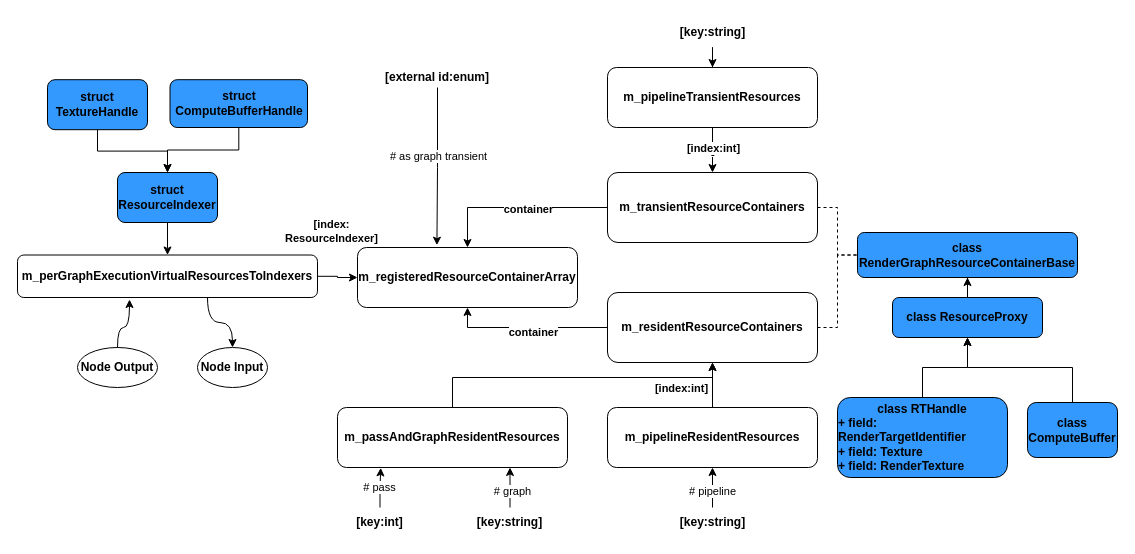
Earlier version of the draw.io diagram Diagrams/SRP2资源管理设计.drawio (lyuavery/draw_io). Source tidied: cells renumbered, new cells numbered last; positions are measured from the earlier drawing's top-left corner, leaving out a move shared by most shapes. Both pictures are drawn from the tidied source at 100%, with x=0, y=0 at pixel (17, 17).
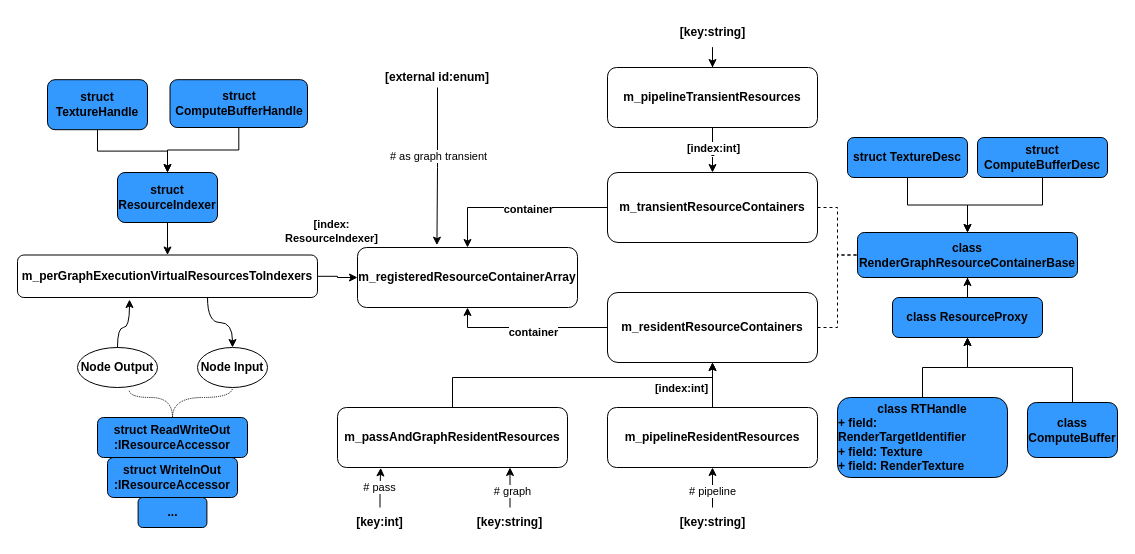
The same page after the edit.

Commit message:
更新SRP2资源管理设计.drawio

The change refers to these unchanged cells:
```xml
<mxCell id="22" value="class RenderGraphResourceContainerBase" style="rounded=1;whiteSpace=wrap;html=1;fontStyle=1;fillColor=#3399FF;" parent="1" vertex="1">
  <mxGeometry x="840" y="215" width="220" height="45" as="geometry" />
</mxCell>
<mxCell id="39" value="Node Input" style="ellipse;whiteSpace=wrap;html=1;fontStyle=1;" parent="1" vertex="1">
  <mxGeometry x="180" y="330" width="70" height="40" as="geometry" />
</mxCell>
<mxCell id="40" value="Node Output" style="ellipse;whiteSpace=wrap;html=1;fontStyle=1;" parent="1" vertex="1">
  <mxGeometry x="60" y="330" width="80" height="40" as="geometry" />
</mxCell>
```

Change to the diagram source:
```diff
@@
+    <mxCell id="54" style="edgeStyle=orthogonalEdgeStyle;rounded=0;jettySize=auto;html=1;entryX=0.5;entryY=1;entryDx=0;entryDy=0;endArrow=none;endFill=0;dashed=1;dashPattern=1 1;curved=1;" parent="1" edge="1" source="55" target="39">
+      <mxGeometry relative="1" as="geometry" />
+    </mxCell>
+    <mxCell id="55" value="&lt;div&gt;struct&amp;nbsp;ReadWriteOut&lt;/div&gt;&lt;div&gt;&lt;span style=&quot;background-color: initial;&quot;&gt;:IResourceAccessor&lt;/span&gt;&lt;/div&gt;" style="rounded=1;whiteSpace=wrap;html=1;fontStyle=1;fillColor=#3399FF;" parent="1" vertex="1">
+      <mxGeometry x="80" y="400" width="150" height="40" as="geometry" />
+    </mxCell>
+    <mxCell id="56" style="edgeStyle=orthogonalEdgeStyle;rounded=0;jettySize=auto;html=1;entryX=0.646;entryY=1.063;entryDx=0;entryDy=0;entryPerimeter=0;dashed=1;dashPattern=1 1;curved=1;endArrow=none;endFill=0;" parent="1" edge="1" source="55" target="40">
+      <mxGeometry relative="1" as="geometry" />
+    </mxCell>
+    <mxCell id="57" style="edgeStyle=orthogonalEdgeStyle;rounded=0;jettySize=auto;html=1;entryX=0.5;entryY=0;entryDx=0;entryDy=0;" parent="1" edge="1" source="58" target="22">
+      <mxGeometry relative="1" as="geometry" />
+    </mxCell>
+    <mxCell id="58" value="struct TextureDesc" style="rounded=1;whiteSpace=wrap;html=1;arcSize=16;fontStyle=1;fillColor=#3399FF;" parent="1" vertex="1">
+      <mxGeometry x="830" y="120" width="120" height="40" as="geometry" />
+    </mxCell>
+    <mxCell id="59" value="&lt;div&gt;struct WriteInOut&lt;/div&gt;&lt;div&gt;:IResourceAccessor&lt;/div&gt;" style="whiteSpace=wrap;html=1;fillColor=#3399FF;rounded=1;fontStyle=1;" parent="1" vertex="1">
+      <mxGeometry x="90" y="440" width="130" height="40" as="geometry" />
+    </mxCell>
+    <mxCell id="60" value="..." style="whiteSpace=wrap;html=1;fillColor=#3399FF;rounded=1;fontStyle=1;" parent="1" vertex="1">
+      <mxGeometry x="120.6" y="480" width="68.8" height="30" as="geometry" />
+    </mxCell>
+    <mxCell id="61" style="edgeStyle=orthogonalEdgeStyle;rounded=0;jettySize=auto;html=1;entryX=0.5;entryY=0;entryDx=0;entryDy=0;" parent="1" edge="1" source="62" target="22">
+      <mxGeometry relative="1" as="geometry" />
+    </mxCell>
+    <mxCell id="62" value="struct ComputeBufferDesc" style="rounded=1;whiteSpace=wrap;html=1;arcSize=16;fontStyle=1;fillColor=#3399FF;" parent="1" vertex="1">
+      <mxGeometry x="960" y="120" width="130" height="40" as="geometry" />
+    </mxCell>
```
